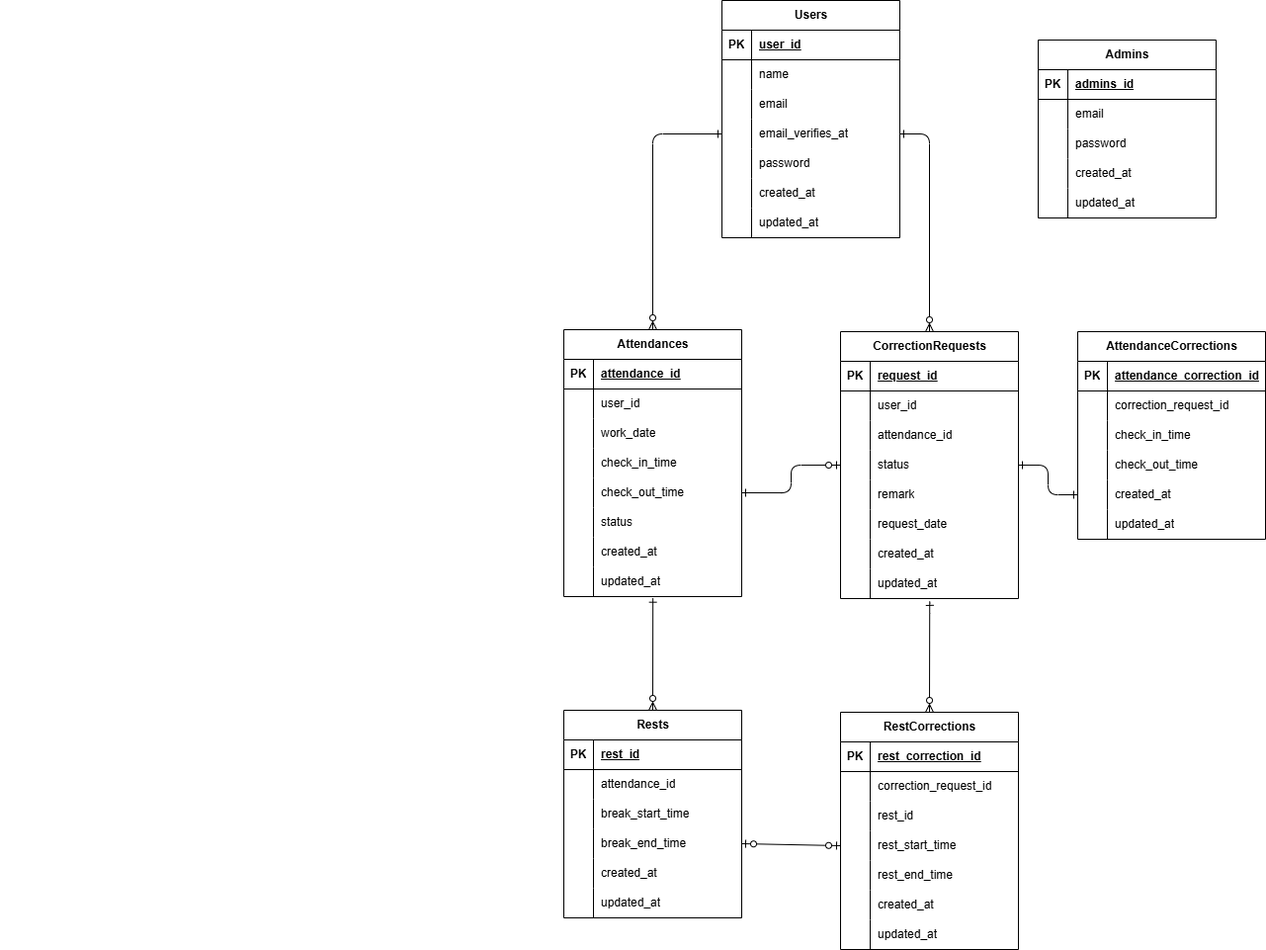
Earlier version of the draw.io export ER.drawio.png (misaki-nonaka/mock-case-2). Source tidied: cells renumbered, new cells last; positions are measured from the earlier drawing's top-left corner, leaving out a move shared by most shapes.
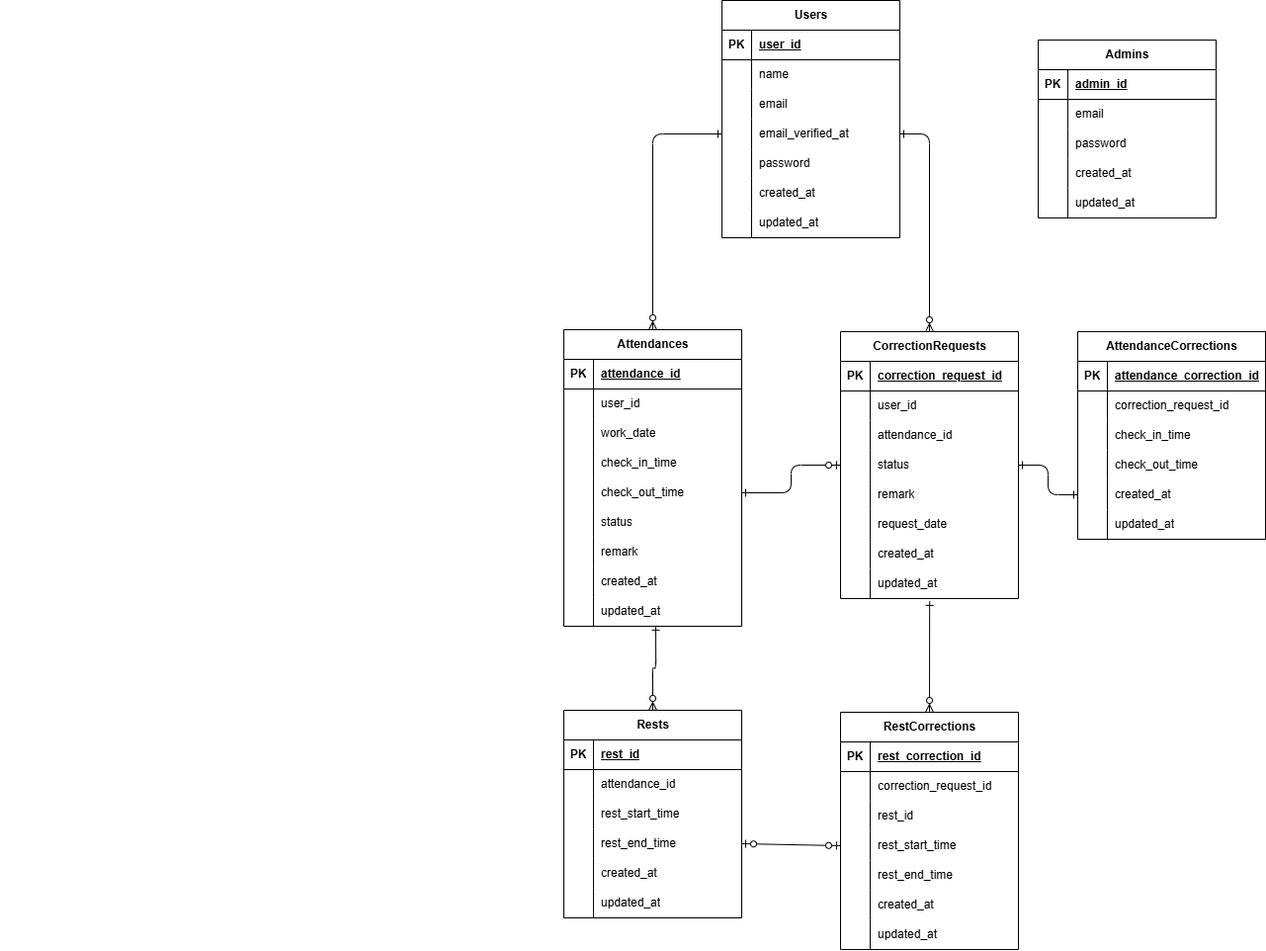
The same file after the commit.

The edit, as a diff of the source:
```diff
@@ -38,7 +38,7 @@
     <mxCell id="13" style="shape=partialRectangle;fillColor=none;top=0;left=0;bottom=0;right=0;overflow=hidden;whiteSpace=wrap;html=1;" parent="12" vertex="1">
       <mxGeometry width="30" height="30" as="geometry" />
     </mxCell>
-    <mxCell id="14" value="email_verifies_at" style="shape=partialRectangle;fillColor=none;top=0;left=0;bottom=0;right=0;align=left;spacingLeft=6;overflow=hidden;whiteSpace=wrap;html=1;" parent="12" vertex="1">
+    <mxCell id="14" value="email_verified_at" style="shape=partialRectangle;fillColor=none;top=0;left=0;bottom=0;right=0;align=left;spacingLeft=6;overflow=hidden;whiteSpace=wrap;html=1;" parent="12" vertex="1">
       <mxGeometry x="30" width="150" height="30" as="geometry" />
     </mxCell>
     <mxCell id="15" style="shape=tableRow;horizontal=0;startSize=0;swimlaneHead=0;swimlaneBody=0;fillColor=none;top=0;left=0;right=0;bottom=0;" parent="2" vertex="1">
@@ -126,7 +126,7 @@
       <mxGeometry x="30" width="160" height="30" as="geometry" />
     </mxCell>
     <mxCell id="43" value="Attendances" style="shape=table;startSize=30;rowLines=0;fontStyle=1;align=center;html=1;" parent="1" vertex="1">
-      <mxGeometry x="570" y="333" width="180" height="270" as="geometry" />
+      <mxGeometry x="570" y="333" width="180" height="300" as="geometry" />
     </mxCell>
     <mxCell id="44" style="shape=tableRow;horizontal=0;startSize=0;swimlaneHead=0;swimlaneBody=0;fillColor=none;top=0;left=0;right=0;bottom=1;" parent="43" vertex="1">
       <mxGeometry y="30" width="180" height="30" as="geometry" />
@@ -182,8 +182,17 @@
     <mxCell id="61" value="status" style="shape=partialRectangle;fillColor=none;top=0;left=0;bottom=0;right=0;align=left;spacingLeft=6;overflow=hidden;whiteSpace=wrap;html=1;" parent="59" vertex="1">
       <mxGeometry x="30" width="150" height="30" as="geometry" />
     </mxCell>
+    <mxCell id="158" style="shape=tableRow;horizontal=0;startSize=0;swimlaneHead=0;swimlaneBody=0;fillColor=none;top=0;left=0;right=0;bottom=0;" parent="43" vertex="1">
+      <mxGeometry y="210" width="180" height="30" as="geometry" />
+    </mxCell>
+    <mxCell id="159" style="shape=partialRectangle;fillColor=none;top=0;left=0;bottom=0;right=0;overflow=hidden;whiteSpace=wrap;html=1;" parent="158" vertex="1">
+      <mxGeometry width="30" height="30" as="geometry" />
+    </mxCell>
+    <mxCell id="160" value="remark" style="shape=partialRectangle;fillColor=none;top=0;left=0;bottom=0;right=0;align=left;spacingLeft=6;overflow=hidden;whiteSpace=wrap;html=1;" parent="158" vertex="1">
+      <mxGeometry x="30" width="150" height="30" as="geometry" />
+    </mxCell>
     <mxCell id="62" style="shape=tableRow;horizontal=0;startSize=0;swimlaneHead=0;swimlaneBody=0;fillColor=none;top=0;left=0;right=0;bottom=0;" parent="43" vertex="1">
-      <mxGeometry y="210" width="180" height="30" as="geometry" />
+      <mxGeometry y="240" width="180" height="30" as="geometry" />
     </mxCell>
     <mxCell id="63" style="shape=partialRectangle;fillColor=none;top=0;left=0;bottom=0;right=0;overflow=hidden;whiteSpace=wrap;html=1;" parent="62" vertex="1">
       <mxGeometry width="30" height="30" as="geometry" />
@@ -192,7 +201,7 @@
       <mxGeometry x="30" width="150" height="30" as="geometry" />
     </mxCell>
     <mxCell id="65" style="shape=tableRow;horizontal=0;startSize=0;swimlaneHead=0;swimlaneBody=0;fillColor=none;points=[[0,0.5],[1,0.5]];portConstraint=eastwest;top=0;left=0;right=0;bottom=0;" parent="43" vertex="1">
-      <mxGeometry y="240" width="180" height="30" as="geometry" />
+      <mxGeometry y="270" width="180" height="30" as="geometry" />
     </mxCell>
     <mxCell id="66" style="shape=partialRectangle;fillColor=none;top=0;left=0;bottom=0;right=0;overflow=hidden;whiteSpace=wrap;html=1;" parent="65" vertex="1">
       <mxGeometry width="30" height="30" as="geometry" />
@@ -209,7 +218,7 @@
     <mxCell id="70" value="PK" style="shape=partialRectangle;fillColor=none;top=0;left=0;bottom=0;right=0;fontStyle=1;overflow=hidden;whiteSpace=wrap;html=1;" parent="69" vertex="1">
       <mxGeometry width="30" height="30" as="geometry" />
     </mxCell>
-    <mxCell id="71" value="request_id" style="shape=partialRectangle;fillColor=none;top=0;left=0;bottom=0;right=0;align=left;spacingLeft=6;fontStyle=5;overflow=hidden;whiteSpace=wrap;html=1;" parent="69" vertex="1">
+    <mxCell id="71" value="correction_request_id" style="shape=partialRectangle;fillColor=none;top=0;left=0;bottom=0;right=0;align=left;spacingLeft=6;fontStyle=5;overflow=hidden;whiteSpace=wrap;html=1;" parent="69" vertex="1">
       <mxGeometry x="30" width="150" height="30" as="geometry" />
     </mxCell>
     <mxCell id="72" style="shape=tableRow;horizontal=0;startSize=0;swimlaneHead=0;swimlaneBody=0;fillColor=none;top=0;left=0;right=0;bottom=0;" parent="68" vertex="1">
@@ -302,7 +311,7 @@
     <mxCell id="101" style="shape=partialRectangle;fillColor=none;top=0;left=0;bottom=0;right=0;overflow=hidden;whiteSpace=wrap;html=1;" parent="100" vertex="1">
       <mxGeometry width="30" height="30" as="geometry" />
     </mxCell>
-    <mxCell id="102" value="break_start_time" style="shape=partialRectangle;fillColor=none;top=0;left=0;bottom=0;right=0;align=left;spacingLeft=6;overflow=hidden;whiteSpace=wrap;html=1;" parent="100" vertex="1">
+    <mxCell id="102" value="rest_start_time" style="shape=partialRectangle;fillColor=none;top=0;left=0;bottom=0;right=0;align=left;spacingLeft=6;overflow=hidden;whiteSpace=wrap;html=1;" parent="100" vertex="1">
       <mxGeometry x="30" width="150" height="30" as="geometry" />
     </mxCell>
     <mxCell id="103" style="shape=tableRow;horizontal=0;startSize=0;swimlaneHead=0;swimlaneBody=0;fillColor=none;points=[[0,0.5],[1,0.5]];portConstraint=eastwest;top=0;left=0;right=0;bottom=0;" parent="93" vertex="1">
@@ -311,7 +320,7 @@
     <mxCell id="104" style="shape=partialRectangle;fillColor=none;top=0;left=0;bottom=0;right=0;overflow=hidden;whiteSpace=wrap;html=1;" parent="103" vertex="1">
       <mxGeometry width="30" height="30" as="geometry" />
     </mxCell>
-    <mxCell id="105" value="break_end_time" style="shape=partialRectangle;fillColor=none;top=0;left=0;bottom=0;right=0;align=left;spacingLeft=6;overflow=hidden;whiteSpace=wrap;html=1;" parent="103" vertex="1">
+    <mxCell id="105" value="rest_end_time" style="shape=partialRectangle;fillColor=none;top=0;left=0;bottom=0;right=0;align=left;spacingLeft=6;overflow=hidden;whiteSpace=wrap;html=1;" parent="103" vertex="1">
       <mxGeometry x="30" width="150" height="30" as="geometry" />
     </mxCell>
     <mxCell id="106" style="shape=tableRow;horizontal=0;startSize=0;swimlaneHead=0;swimlaneBody=0;fillColor=none;top=0;left=0;right=0;bottom=0;" parent="93" vertex="1">
@@ -404,14 +413,6 @@
     <mxCell id="135" style="edgeStyle=orthogonalEdgeStyle;fontSize=12;html=1;endArrow=ERone;startArrow=ERone;exitX=0;exitY=0.5;exitDx=0;exitDy=0;entryX=1;entryY=0.5;entryDx=0;entryDy=0;startFill=0;endFill=0;" parent="1" edge="1" source="37" target="78">
       <mxGeometry relative="1" as="geometry" />
     </mxCell>
-    <mxCell id="136" style="edgeStyle=orthogonalEdgeStyle;fontSize=12;html=1;endArrow=ERzeroToMany;startArrow=ERone;startFill=0;endFill=0;exitX=0.501;exitY=1.056;exitDx=0;exitDy=0;entryX=0.5;entryY=0;entryDx=0;entryDy=0;exitPerimeter=0;" parent="1" edge="1" source="65" target="93">
-      <mxGeometry relative="1" as="geometry">
-        <Array as="points">
-          <mxPoint x="660" y="604" />
-          <mxPoint x="660" y="718" />
-        </Array>
-      </mxGeometry>
-    </mxCell>
     <mxCell id="137" value="Admins" style="shape=table;startSize=30;rowLines=0;fontStyle=1;align=center;html=1;" parent="1" vertex="1">
       <mxGeometry x="1050" y="40" width="180" height="180" as="geometry" />
     </mxCell>
@@ -421,7 +422,7 @@
     <mxCell id="139" value="PK" style="shape=partialRectangle;fillColor=none;top=0;left=0;bottom=0;right=0;fontStyle=1;overflow=hidden;whiteSpace=wrap;html=1;" parent="138" vertex="1">
       <mxGeometry width="30" height="30" as="geometry" />
     </mxCell>
-    <mxCell id="140" value="admins_id" style="shape=partialRectangle;fillColor=none;top=0;left=0;bottom=0;right=0;align=left;spacingLeft=6;fontStyle=5;overflow=hidden;whiteSpace=wrap;html=1;" parent="138" vertex="1">
+    <mxCell id="140" value="admin_id" style="shape=partialRectangle;fillColor=none;top=0;left=0;bottom=0;right=0;align=left;spacingLeft=6;fontStyle=5;overflow=hidden;whiteSpace=wrap;html=1;" parent="138" vertex="1">
       <mxGeometry x="30" width="150" height="30" as="geometry" />
     </mxCell>
     <mxCell id="141" style="shape=tableRow;horizontal=0;startSize=0;swimlaneHead=0;swimlaneBody=0;fillColor=none;top=0;left=0;right=0;bottom=0;" parent="137" vertex="1">
@@ -480,5 +481,8 @@
     <mxCell id="157" style="edgeStyle=orthogonalEdgeStyle;fontSize=12;html=1;endArrow=ERzeroToMany;startArrow=ERone;startFill=0;endFill=0;exitX=1;exitY=0.5;exitDx=0;exitDy=0;entryX=0.5;entryY=0;entryDx=0;entryDy=0;" parent="1" edge="1" source="12" target="68">
       <mxGeometry relative="1" as="geometry" />
     </mxCell>
+    <mxCell id="136" style="edgeStyle=orthogonalEdgeStyle;fontSize=12;html=1;endArrow=ERzeroToMany;startArrow=ERone;startFill=0;endFill=0;exitX=0.517;exitY=0.995;exitDx=0;exitDy=0;entryX=0.5;entryY=0;entryDx=0;entryDy=0;exitPerimeter=0;" parent="1" edge="1" source="65" target="93">
+      <mxGeometry relative="1" as="geometry" />
+    </mxCell>
   </root>
 </mxGraphModel>
```
